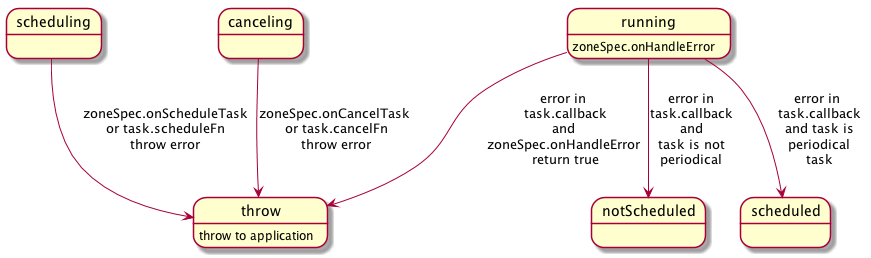
Earlier version of the PlantUML export doc/error.png (angular/zone.js). Source of this version:
```plantuml
@startuml
scheduling --> throw: zoneSpec.onScheduleTask\nor task.scheduleFn\nthrow error
running --> scheduled: error in \ntask.callback\nand task is\nperiodical\ntask
running --> notScheduled: error in\ntask.callback\nand\ntask is not\nperiodical
running: zoneSpec.onHandleError
running --> throw: error in\n task.callback\n and \nzoneSpec.onHandleError\n return true
throw: throw to application
canceling --> throw: zoneSpec.onCancelTask\n or task.cancelFn\n throw error
@enduml
```
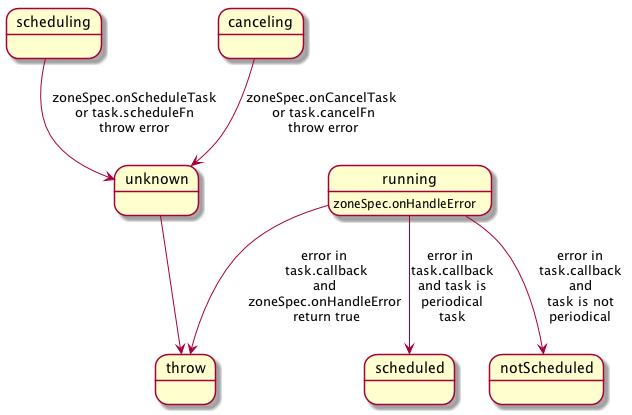
After the commit.

Commit message:
test(task): add testcases for task lifecycle

The edit, as a diff of the source:
```diff
@@ -1,9 +1,9 @@
 @startuml
-scheduling --> throw: zoneSpec.onScheduleTask\nor task.scheduleFn\nthrow error
+scheduling --> unknown: zoneSpec.onScheduleTask\nor task.scheduleFn\nthrow error
 running --> scheduled: error in \ntask.callback\nand task is\nperiodical\ntask
 running --> notScheduled: error in\ntask.callback\nand\ntask is not\nperiodical
 running: zoneSpec.onHandleError
 running --> throw: error in\n task.callback\n and \nzoneSpec.onHandleError\n return true
-throw: throw to application
-canceling --> throw: zoneSpec.onCancelTask\n or task.cancelFn\n throw error
+canceling --> unknown: zoneSpec.onCancelTask\n or task.cancelFn\n throw error
+unknown --> throw
 @enduml
```
